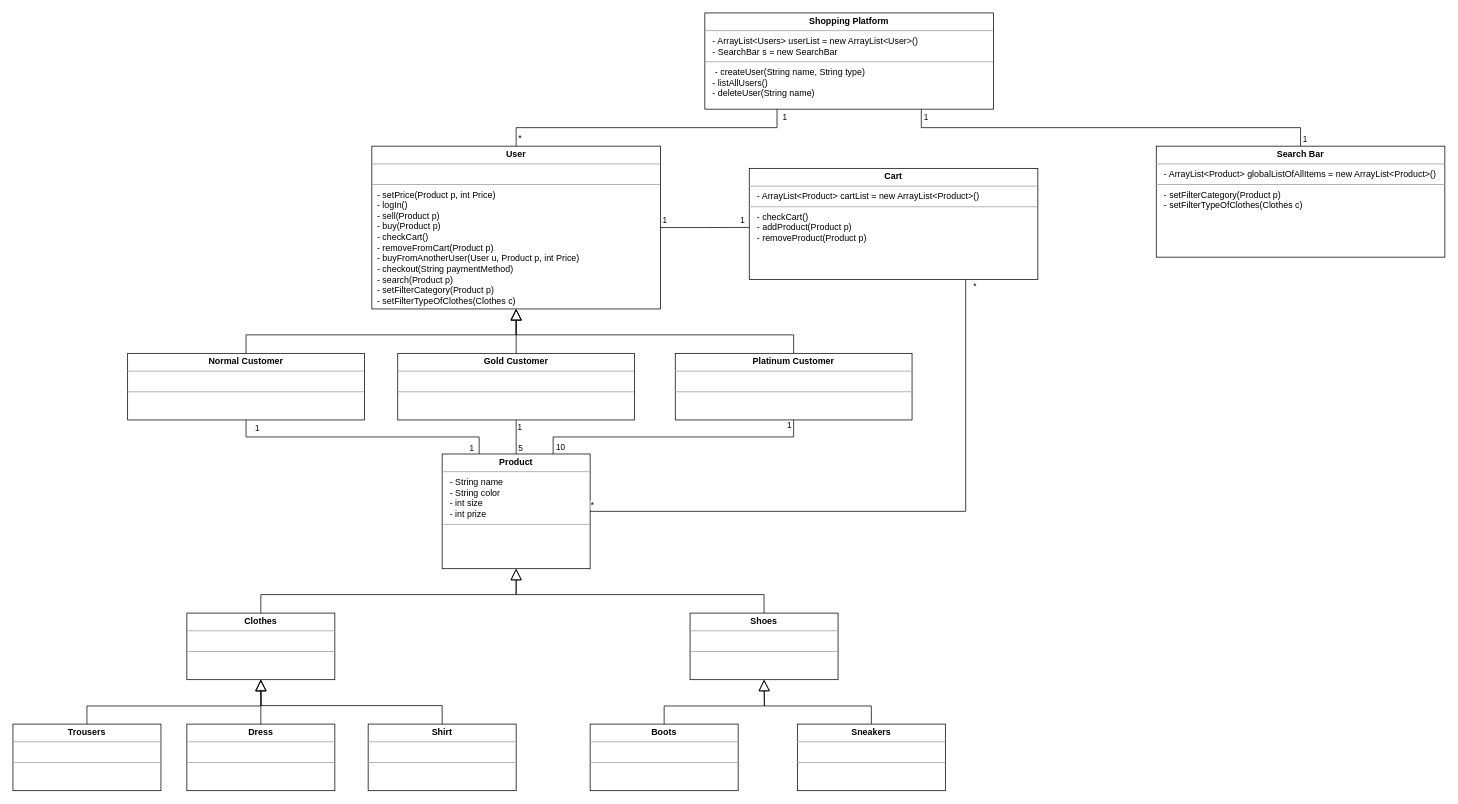
Above: SoftCon2020_Assignment_6/ShoppingSW/UML_Diagram.drawio in HuberNicolas/swc-group38 (draw.io), before the change. Source tidied: cells renumbered, new cells numbered last; positions are measured from the earlier drawing's top-left corner, leaving out a move shared by most shapes. Both pictures are drawn from the tidied source at 74%, with x=0, y=0 at pixel (13, 13).
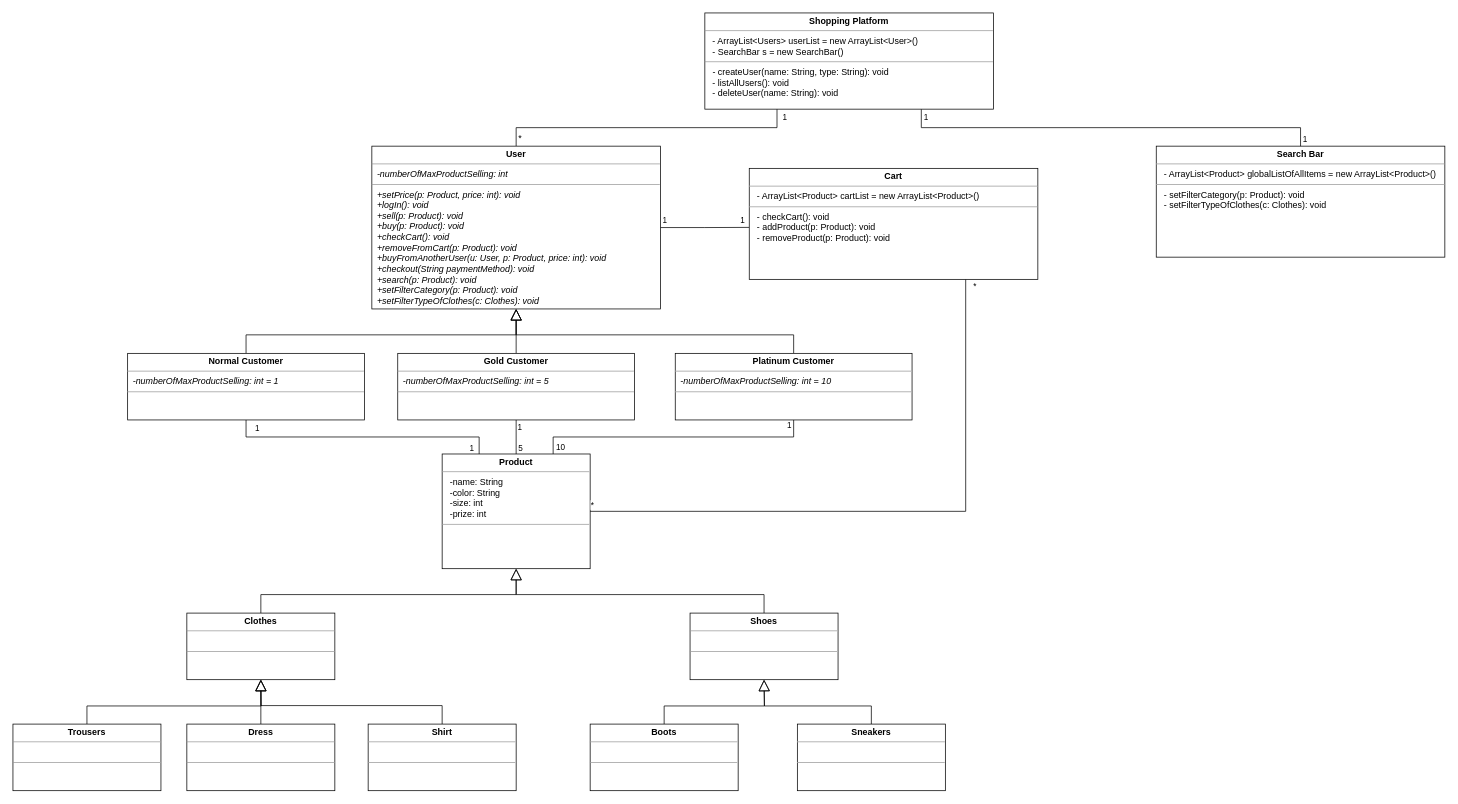
After the change.

Commit message (it also covers changes not shown here):
added final UML to ShoppingSW

Diff of the diagram source:
```diff
@@
-    <mxCell id="7" value="&lt;p style=&quot;margin: 0px ; margin-top: 4px ; text-align: center&quot;&gt;&lt;b&gt;User&lt;/b&gt;&lt;/p&gt;&lt;hr size=&quot;1&quot;&gt;&lt;p style=&quot;margin: 0px ; margin-left: 4px&quot;&gt;&lt;br&gt;&lt;/p&gt;&lt;hr size=&quot;1&quot;&gt;&lt;p style=&quot;margin: 0px ; margin-left: 4px&quot;&gt;&amp;nbsp;- setPrice(Product p, int Price)&lt;/p&gt;&lt;p style=&quot;margin: 0px ; margin-left: 4px&quot;&gt;&amp;nbsp;- logIn()&lt;/p&gt;&lt;p style=&quot;margin: 0px ; margin-left: 4px&quot;&gt;&amp;nbsp;- sell(Product p)&lt;/p&gt;&lt;p style=&quot;margin: 0px ; margin-left: 4px&quot;&gt;&amp;nbsp;- buy(Product p)&lt;/p&gt;&lt;p style=&quot;margin: 0px ; margin-left: 4px&quot;&gt;&amp;nbsp;- checkCart()&lt;/p&gt;&lt;p style=&quot;margin: 0px ; margin-left: 4px&quot;&gt;&amp;nbsp;- removeFromCart(Product p)&lt;/p&gt;&lt;p style=&quot;margin: 0px ; margin-left: 4px&quot;&gt;&amp;nbsp;- buyFromAnotherUser(User u, Product p, int Price)&lt;/p&gt;&lt;p style=&quot;margin: 0px ; margin-left: 4px&quot;&gt;&amp;nbsp;- checkout(String paymentMethod)&lt;/p&gt;&lt;p style=&quot;margin: 0px ; margin-left: 4px&quot;&gt;&amp;nbsp;- search(Product p)&lt;/p&gt;&lt;p style=&quot;margin: 0px ; margin-left: 4px&quot;&gt;&amp;nbsp;- setFilterCategory(Product p)&lt;/p&gt;&lt;p style=&quot;margin: 0px ; margin-left: 4px&quot;&gt;&lt;/p&gt;&lt;p style=&quot;margin: 0px ; margin-left: 4px&quot;&gt;&amp;nbsp;- setFilterTypeOfClothes(Clothes c)&lt;/p&gt;" style="verticalAlign=top;align=left;overflow=fill;fontSize=12;fontFamily=Helvetica;html=1;" parent="1" vertex="1">
+    <mxCell id="7" value="&lt;p style=&quot;margin: 0px ; margin-top: 4px ; text-align: center&quot;&gt;&lt;b&gt;User&lt;/b&gt;&lt;/p&gt;&lt;hr size=&quot;1&quot;&gt;&lt;p style=&quot;margin: 0px ; margin-left: 4px&quot;&gt;&lt;i&gt;&amp;nbsp;-numberOfMaxProductSelling: int&lt;/i&gt;&lt;/p&gt;&lt;hr size=&quot;1&quot;&gt;&lt;p style=&quot;margin: 0px ; margin-left: 4px&quot;&gt;&lt;i&gt;&amp;nbsp;+setPrice(p: Product, price: int): void&lt;/i&gt;&lt;/p&gt;&lt;p style=&quot;margin: 0px ; margin-left: 4px&quot;&gt;&lt;i&gt;&amp;nbsp;+logIn(): void&lt;/i&gt;&lt;/p&gt;&lt;p style=&quot;margin: 0px ; margin-left: 4px&quot;&gt;&lt;i&gt;&amp;nbsp;+sell(p: Product): void&lt;/i&gt;&lt;/p&gt;&lt;p style=&quot;margin: 0px ; margin-left: 4px&quot;&gt;&lt;i&gt;&amp;nbsp;+buy(p: Product): void&lt;/i&gt;&lt;/p&gt;&lt;p style=&quot;margin: 0px ; margin-left: 4px&quot;&gt;&lt;i&gt;&amp;nbsp;+checkCart(): void&lt;/i&gt;&lt;/p&gt;&lt;p style=&quot;margin: 0px ; margin-left: 4px&quot;&gt;&lt;i&gt;&amp;nbsp;+removeFromCart(p: Product): void&lt;/i&gt;&lt;/p&gt;&lt;p style=&quot;margin: 0px ; margin-left: 4px&quot;&gt;&lt;i&gt;&amp;nbsp;+buyFromAnotherUser(u: User, p: Product, price: int): void&lt;/i&gt;&lt;/p&gt;&lt;p style=&quot;margin: 0px ; margin-left: 4px&quot;&gt;&lt;i&gt;&amp;nbsp;+checkout(String paymentMethod): void&lt;/i&gt;&lt;/p&gt;&lt;p style=&quot;margin: 0px ; margin-left: 4px&quot;&gt;&lt;i&gt;&amp;nbsp;+search(p: Product): void&lt;/i&gt;&lt;/p&gt;&lt;p style=&quot;margin: 0px ; margin-left: 4px&quot;&gt;&lt;i&gt;&amp;nbsp;+setFilterCategory(p: Product): void&lt;/i&gt;&lt;/p&gt;&lt;p style=&quot;margin: 0px ; margin-left: 4px&quot;&gt;&lt;/p&gt;&lt;p style=&quot;margin: 0px ; margin-left: 4px&quot;&gt;&lt;i&gt;&amp;nbsp;+setFilterTypeOfClothes(c: Clothes): void&lt;/i&gt;&lt;/p&gt;" style="verticalAlign=top;align=left;overflow=fill;fontSize=12;fontFamily=Helvetica;html=1;" parent="1" vertex="1">
       <mxGeometry x="485" y="180" width="390" height="220" as="geometry" />
     </mxCell>
-    <mxCell id="8" value="&lt;p style=&quot;margin: 0px ; margin-top: 4px ; text-align: center&quot;&gt;&lt;b&gt;Search Bar&lt;/b&gt;&lt;/p&gt;&lt;hr size=&quot;1&quot;&gt;&lt;p style=&quot;margin: 0px ; margin-left: 4px&quot;&gt;&amp;nbsp; - ArrayList&amp;lt;Product&amp;gt; globalListOfAllItems = new ArrayList&amp;lt;Product&amp;gt;()&lt;br&gt;&lt;/p&gt;&lt;hr size=&quot;1&quot;&gt;&lt;p style=&quot;margin: 0px ; margin-left: 4px&quot;&gt;&amp;nbsp; - setFilterCategory(Product p)&lt;/p&gt;&lt;p style=&quot;margin: 0px ; margin-left: 4px&quot;&gt;&amp;nbsp; - setFilterTypeOfClothes(Clothes c)&lt;/p&gt;" style="verticalAlign=top;align=left;overflow=fill;fontSize=12;fontFamily=Helvetica;html=1;" parent="1" vertex="1">
+    <mxCell id="8" value="&lt;p style=&quot;margin: 0px ; margin-top: 4px ; text-align: center&quot;&gt;&lt;b&gt;Search Bar&lt;/b&gt;&lt;/p&gt;&lt;hr size=&quot;1&quot;&gt;&lt;p style=&quot;margin: 0px ; margin-left: 4px&quot;&gt;&amp;nbsp; - ArrayList&amp;lt;Product&amp;gt; globalListOfAllItems = new ArrayList&amp;lt;Product&amp;gt;()&lt;br&gt;&lt;/p&gt;&lt;hr size=&quot;1&quot;&gt;&lt;p style=&quot;margin: 0px ; margin-left: 4px&quot;&gt;&amp;nbsp; - setFilterCategory(p: Product): void&lt;/p&gt;&lt;p style=&quot;margin: 0px ; margin-left: 4px&quot;&gt;&amp;nbsp; - setFilterTypeOfClothes(c: Clothes): void&lt;/p&gt;" style="verticalAlign=top;align=left;overflow=fill;fontSize=12;fontFamily=Helvetica;html=1;" parent="1" vertex="1">
       <mxGeometry x="1545" y="180" width="390" height="150" as="geometry" />
     </mxCell>
@@
-    <mxCell id="13" value="&lt;p style=&quot;margin: 0px ; margin-top: 4px ; text-align: center&quot;&gt;&lt;b&gt;Normal Customer&lt;/b&gt;&lt;/p&gt;&lt;hr size=&quot;1&quot;&gt;&lt;p style=&quot;margin: 0px ; margin-left: 4px&quot;&gt;&lt;br&gt;&lt;/p&gt;&lt;hr size=&quot;1&quot;&gt;&lt;p style=&quot;margin: 0px ; margin-left: 4px&quot;&gt;&lt;span style=&quot;font-size: 12px&quot;&gt;&lt;br&gt;&lt;/span&gt;&lt;/p&gt;" style="verticalAlign=top;align=left;overflow=fill;fontSize=12;fontFamily=Helvetica;html=1;" parent="1" vertex="1">
+    <mxCell id="13" value="&lt;p style=&quot;margin: 0px ; margin-top: 4px ; text-align: center&quot;&gt;&lt;b&gt;Normal Customer&lt;/b&gt;&lt;/p&gt;&lt;hr size=&quot;1&quot;&gt;&lt;p style=&quot;margin: 0px ; margin-left: 4px&quot;&gt;&lt;i&gt;&amp;nbsp;-numberOfMaxProductSelling: int = 1&lt;/i&gt;&lt;br&gt;&lt;/p&gt;&lt;hr size=&quot;1&quot;&gt;&lt;p style=&quot;margin: 0px ; margin-left: 4px&quot;&gt;&lt;span style=&quot;font-size: 12px&quot;&gt;&lt;br&gt;&lt;/span&gt;&lt;/p&gt;" style="verticalAlign=top;align=left;overflow=fill;fontSize=12;fontFamily=Helvetica;html=1;" parent="1" vertex="1">
       <mxGeometry x="155" y="460" width="320" height="90" as="geometry" />
     </mxCell>
@@
-    <mxCell id="18" value="&lt;p style=&quot;margin: 0px ; margin-top: 4px ; text-align: center&quot;&gt;&lt;b&gt;Gold Customer&lt;/b&gt;&lt;/p&gt;&lt;hr size=&quot;1&quot;&gt;&lt;p style=&quot;margin: 0px ; margin-left: 4px&quot;&gt;&lt;br&gt;&lt;/p&gt;&lt;hr size=&quot;1&quot;&gt;&lt;p style=&quot;margin: 0px ; margin-left: 4px&quot;&gt;&lt;span style=&quot;font-size: 12px&quot;&gt;&lt;br&gt;&lt;/span&gt;&lt;/p&gt;" style="verticalAlign=top;align=left;overflow=fill;fontSize=12;fontFamily=Helvetica;html=1;" parent="1" vertex="1">
+    <mxCell id="18" value="&lt;p style=&quot;margin: 0px ; margin-top: 4px ; text-align: center&quot;&gt;&lt;b&gt;Gold Customer&lt;/b&gt;&lt;/p&gt;&lt;hr size=&quot;1&quot;&gt;&lt;p style=&quot;margin: 0px ; margin-left: 4px&quot;&gt;&lt;i&gt;&amp;nbsp;-numberOfMaxProductSelling: int = 5&lt;/i&gt;&lt;br&gt;&lt;/p&gt;&lt;hr size=&quot;1&quot;&gt;&lt;p style=&quot;margin: 0px ; margin-left: 4px&quot;&gt;&lt;span style=&quot;font-size: 12px&quot;&gt;&lt;br&gt;&lt;/span&gt;&lt;/p&gt;" style="verticalAlign=top;align=left;overflow=fill;fontSize=12;fontFamily=Helvetica;html=1;" parent="1" vertex="1">
       <mxGeometry x="520" y="460" width="320" height="90" as="geometry" />
     </mxCell>
@@
-    <mxCell id="23" value="&lt;p style=&quot;margin: 0px ; margin-top: 4px ; text-align: center&quot;&gt;&lt;b&gt;Platinum Customer&lt;/b&gt;&lt;/p&gt;&lt;hr size=&quot;1&quot;&gt;&lt;p style=&quot;margin: 0px ; margin-left: 4px&quot;&gt;&lt;br&gt;&lt;/p&gt;&lt;hr size=&quot;1&quot;&gt;&lt;p style=&quot;margin: 0px ; margin-left: 4px&quot;&gt;&lt;span style=&quot;font-size: 12px&quot;&gt;&lt;br&gt;&lt;/span&gt;&lt;/p&gt;" style="verticalAlign=top;align=left;overflow=fill;fontSize=12;fontFamily=Helvetica;html=1;" parent="1" vertex="1">
+    <mxCell id="23" value="&lt;p style=&quot;margin: 0px ; margin-top: 4px ; text-align: center&quot;&gt;&lt;b&gt;Platinum Customer&lt;/b&gt;&lt;/p&gt;&lt;hr size=&quot;1&quot;&gt;&lt;p style=&quot;margin: 0px ; margin-left: 4px&quot;&gt;&lt;i&gt;&amp;nbsp;-numberOfMaxProductSelling: int = 10&lt;/i&gt;&lt;br&gt;&lt;/p&gt;&lt;hr size=&quot;1&quot;&gt;&lt;p style=&quot;margin: 0px ; margin-left: 4px&quot;&gt;&lt;span style=&quot;font-size: 12px&quot;&gt;&lt;br&gt;&lt;/span&gt;&lt;/p&gt;" style="verticalAlign=top;align=left;overflow=fill;fontSize=12;fontFamily=Helvetica;html=1;" parent="1" vertex="1">
       <mxGeometry x="895" y="460" width="320" height="90" as="geometry" />
     </mxCell>
@@
-    <mxCell id="27" value="&lt;p style=&quot;margin: 0px ; margin-top: 4px ; text-align: center&quot;&gt;&lt;b&gt;Shopping Platform&lt;/b&gt;&lt;/p&gt;&lt;hr size=&quot;1&quot;&gt;&lt;p style=&quot;margin: 0px ; margin-left: 4px&quot;&gt;&amp;nbsp; - ArrayList&amp;lt;Users&amp;gt; userList = new ArrayList&amp;lt;User&amp;gt;()&lt;/p&gt;&lt;p style=&quot;margin: 0px ; margin-left: 4px&quot;&gt;&amp;nbsp; - SearchBar s = new SearchBar&lt;/p&gt;&lt;hr size=&quot;1&quot;&gt;&lt;p style=&quot;margin: 0px ; margin-left: 4px&quot;&gt;&amp;nbsp;&lt;span&gt;&amp;nbsp; - createUser(String name, String type)&lt;/span&gt;&lt;/p&gt;&lt;p style=&quot;margin: 0px ; margin-left: 4px&quot;&gt;&amp;nbsp; - listAllUsers()&lt;/p&gt;&lt;p style=&quot;margin: 0px ; margin-left: 4px&quot;&gt;&amp;nbsp; - deleteUser(String name)&lt;/p&gt;" style="verticalAlign=top;align=left;overflow=fill;fontSize=12;fontFamily=Helvetica;html=1;" parent="1" vertex="1">
+    <mxCell id="27" value="&lt;p style=&quot;margin: 0px ; margin-top: 4px ; text-align: center&quot;&gt;&lt;b&gt;Shopping Platform&lt;/b&gt;&lt;/p&gt;&lt;hr size=&quot;1&quot;&gt;&lt;p style=&quot;margin: 0px ; margin-left: 4px&quot;&gt;&amp;nbsp; - ArrayList&amp;lt;Users&amp;gt; userList = new ArrayList&amp;lt;User&amp;gt;()&lt;/p&gt;&lt;p style=&quot;margin: 0px ; margin-left: 4px&quot;&gt;&amp;nbsp; - SearchBar s = new SearchBar()&lt;/p&gt;&lt;hr size=&quot;1&quot;&gt;&lt;p style=&quot;margin: 0px ; margin-left: 4px&quot;&gt;&amp;nbsp;&lt;span&gt;&amp;nbsp;- createUser(name: String, type: String): void&lt;/span&gt;&lt;/p&gt;&lt;p style=&quot;margin: 0px ; margin-left: 4px&quot;&gt;&amp;nbsp; - listAllUsers(): void&lt;/p&gt;&lt;p style=&quot;margin: 0px ; margin-left: 4px&quot;&gt;&amp;nbsp; - deleteUser(name: String): void&lt;/p&gt;" style="verticalAlign=top;align=left;overflow=fill;fontSize=12;fontFamily=Helvetica;html=1;" parent="1" vertex="1">
       <mxGeometry x="935" width="390" height="130" as="geometry" />
     </mxCell>
-    <mxCell id="28" value="&lt;p style=&quot;margin: 0px ; margin-top: 4px ; text-align: center&quot;&gt;&lt;b&gt;Product&lt;/b&gt;&lt;/p&gt;&lt;hr size=&quot;1&quot;&gt;&lt;p style=&quot;margin: 0px ; margin-left: 4px&quot;&gt;&amp;nbsp; - String name&lt;/p&gt;&lt;p style=&quot;margin: 0px ; margin-left: 4px&quot;&gt;&amp;nbsp; - String color&lt;/p&gt;&lt;p style=&quot;margin: 0px ; margin-left: 4px&quot;&gt;&amp;nbsp; - int size&lt;/p&gt;&lt;p style=&quot;margin: 0px ; margin-left: 4px&quot;&gt;&amp;nbsp; - int prize&lt;/p&gt;&lt;hr size=&quot;1&quot;&gt;&lt;p style=&quot;margin: 0px ; margin-left: 4px&quot;&gt;&lt;br&gt;&lt;/p&gt;" style="verticalAlign=top;align=left;overflow=fill;fontSize=12;fontFamily=Helvetica;html=1;" parent="1" vertex="1">
+    <mxCell id="28" value="&lt;p style=&quot;margin: 0px ; margin-top: 4px ; text-align: center&quot;&gt;&lt;b&gt;Product&lt;/b&gt;&lt;/p&gt;&lt;hr size=&quot;1&quot;&gt;&lt;p style=&quot;margin: 0px ; margin-left: 4px&quot;&gt;&amp;nbsp; -name: String&lt;/p&gt;&lt;p style=&quot;margin: 0px ; margin-left: 4px&quot;&gt;&amp;nbsp; -color: String&lt;/p&gt;&lt;p style=&quot;margin: 0px ; margin-left: 4px&quot;&gt;&amp;nbsp; -size: int&lt;/p&gt;&lt;p style=&quot;margin: 0px ; margin-left: 4px&quot;&gt;&amp;nbsp; -prize: int&lt;/p&gt;&lt;hr size=&quot;1&quot;&gt;&lt;p style=&quot;margin: 0px ; margin-left: 4px&quot;&gt;&lt;br&gt;&lt;/p&gt;" style="verticalAlign=top;align=left;overflow=fill;fontSize=12;fontFamily=Helvetica;html=1;" parent="1" vertex="1">
       <mxGeometry x="580" y="596" width="200" height="155" as="geometry" />
     </mxCell>
@@
-    <mxCell id="46" value="&lt;p style=&quot;margin: 0px ; margin-top: 4px ; text-align: center&quot;&gt;&lt;b&gt;Cart&lt;/b&gt;&lt;/p&gt;&lt;hr size=&quot;1&quot;&gt;&lt;p style=&quot;margin: 0px ; margin-left: 4px&quot;&gt;&amp;nbsp; - ArrayList&amp;lt;Product&amp;gt; cartList = new ArrayList&amp;lt;Product&amp;gt;()&lt;br&gt;&lt;/p&gt;&lt;hr size=&quot;1&quot;&gt;&lt;p style=&quot;margin: 0px ; margin-left: 4px&quot;&gt;&amp;nbsp; - checkCart()&lt;/p&gt;&lt;p style=&quot;margin: 0px ; margin-left: 4px&quot;&gt;&amp;nbsp; - addProduct(Product p)&lt;/p&gt;&lt;p style=&quot;margin: 0px ; margin-left: 4px&quot;&gt;&amp;nbsp; - removeProduct(Product p)&lt;/p&gt;" style="verticalAlign=top;align=left;overflow=fill;fontSize=12;fontFamily=Helvetica;html=1;" parent="1" vertex="1">
+    <mxCell id="46" value="&lt;p style=&quot;margin: 0px ; margin-top: 4px ; text-align: center&quot;&gt;&lt;b&gt;Cart&lt;/b&gt;&lt;/p&gt;&lt;hr size=&quot;1&quot;&gt;&lt;p style=&quot;margin: 0px ; margin-left: 4px&quot;&gt;&amp;nbsp; - ArrayList&amp;lt;Product&amp;gt; cartList = new ArrayList&amp;lt;Product&amp;gt;()&lt;br&gt;&lt;/p&gt;&lt;hr size=&quot;1&quot;&gt;&lt;p style=&quot;margin: 0px ; margin-left: 4px&quot;&gt;&amp;nbsp; - checkCart(): void&lt;/p&gt;&lt;p style=&quot;margin: 0px ; margin-left: 4px&quot;&gt;&amp;nbsp; - addProduct(p: Product): void&lt;/p&gt;&lt;p style=&quot;margin: 0px ; margin-left: 4px&quot;&gt;&amp;nbsp; - removeProduct(p: Product): void&lt;/p&gt;" style="verticalAlign=top;align=left;overflow=fill;fontSize=12;fontFamily=Helvetica;html=1;" parent="1" vertex="1">
       <mxGeometry x="995" y="210" width="390" height="150" as="geometry" />
     </mxCell>
```
